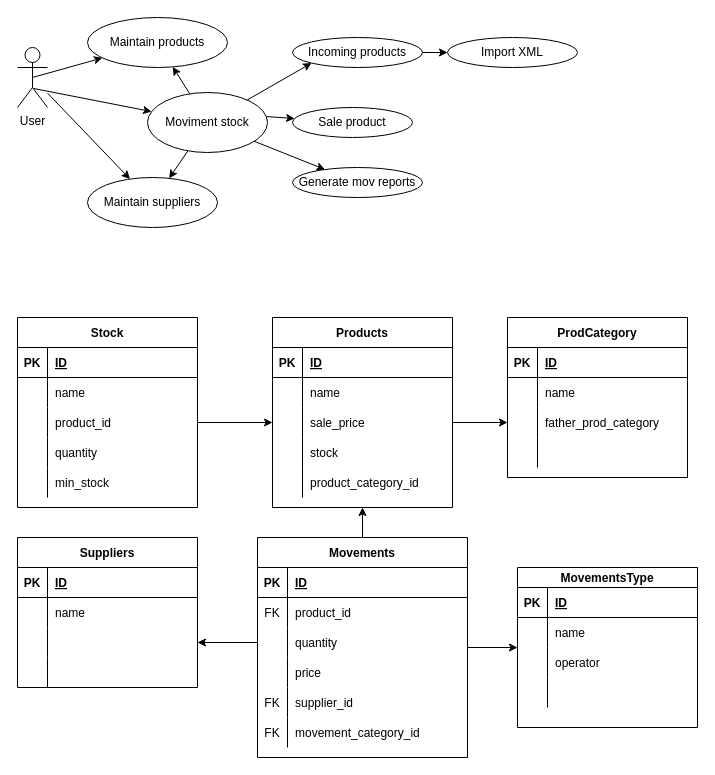
viniciuSquare/rc_store-backend keeps this draw.io diagram as docs/class-diagram.drawio. Above is the earlier version. Source tidied: cells renumbered, new cells numbered last; positions are measured from the earlier drawing's top-left corner, leaving out a move shared by most shapes. Both pictures are drawn from the tidied source at 100%, with x=0, y=0 at pixel (17, 17).
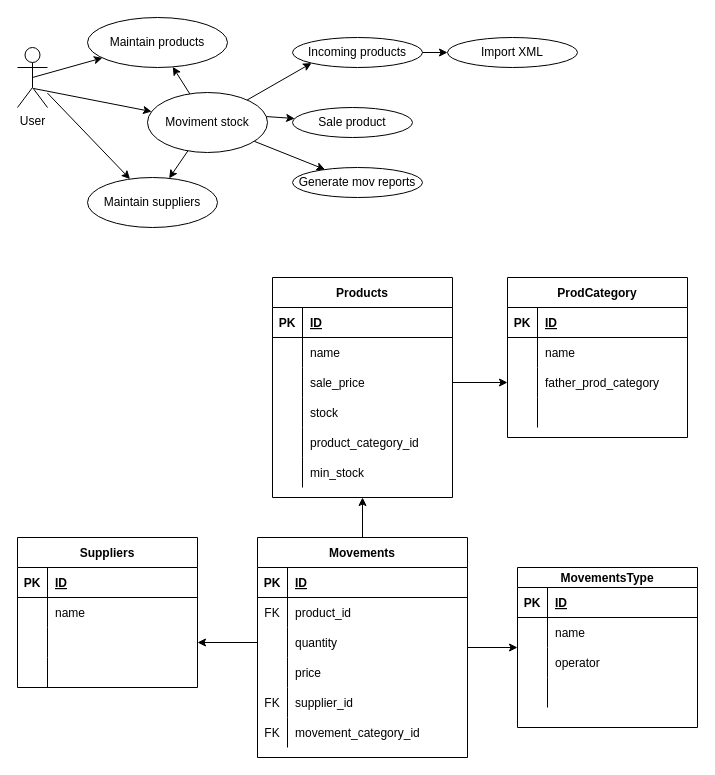
After the change.

Commit message:
doc: removed sepated stock db, props on products

The change refers to these unchanged cells:
```xml
<mxCell id="73" style="shape=partialRectangle;fillColor=none;top=0;left=0;bottom=0;right=0;points=[[0,0.5],[1,0.5]];portConstraint=eastwest;" parent="66" vertex="1">
  <mxGeometry y="90" width="180" height="30" as="geometry" />
</mxCell>
```

Diff of the diagram source:
```diff
@@
     <mxCell id="66" value="Products" style="shape=table;startSize=30;childLayout=tableLayout;rowLines=0;fontStyle=1;align=center;" parent="1" vertex="1">
-      <mxGeometry x="255" y="300" width="180" height="190" as="geometry" />
+      <mxGeometry x="255" y="260" width="180" height="220" as="geometry" />
     </mxCell>
@@
+    <mxCell id="111" style="shape=partialRectangle;fillColor=none;top=0;left=0;bottom=0;right=0;" parent="66" vertex="1">
+      <mxGeometry y="180" width="180" height="30" as="geometry" />
+    </mxCell>
+    <mxCell id="114" style="shape=partialRectangle;fillColor=none;top=0;left=0;bottom=0;right=0;overflow=hidden;" parent="111" vertex="1">
+      <mxGeometry width="30" height="30" as="geometry" />
+    </mxCell>
+    <mxCell id="115" value="min_stock" style="shape=partialRectangle;fillColor=none;top=0;left=0;bottom=0;right=0;align=left;spacingLeft=6;overflow=hidden;" parent="111" vertex="1">
+      <mxGeometry x="30" width="150" height="30" as="geometry" />
+    </mxCell>
     <mxCell id="82" value="ProdCategory" style="shape=table;startSize=30;childLayout=tableLayout;rowLines=0;fontStyle=1;align=center;" parent="1" vertex="1">
-      <mxGeometry x="490" y="300" width="180" height="160" as="geometry" />
+      <mxGeometry x="490" y="260" width="180" height="160" as="geometry" />
     </mxCell>
@@
-    <mxCell id="96" value="Stock" style="shape=table;startSize=30;childLayout=tableLayout;rowLines=0;fontStyle=1;align=center;" parent="1" vertex="1">
-      <mxGeometry y="300" width="180" height="190" as="geometry" />
-    </mxCell>
-    <mxCell id="97" style="shape=partialRectangle;fillColor=none;top=0;left=0;bottom=1;right=0;" parent="96" vertex="1">
-      <mxGeometry y="30" width="180" height="30" as="geometry" />
-    </mxCell>
-    <mxCell id="98" value="PK" style="shape=partialRectangle;fillColor=none;top=0;left=0;bottom=0;right=0;fontStyle=1;overflow=hidden;" parent="97" vertex="1">
-      <mxGeometry width="30" height="30" as="geometry" />
-    </mxCell>
-    <mxCell id="99" value="ID" style="shape=partialRectangle;fillColor=none;top=0;left=0;bottom=0;right=0;align=left;spacingLeft=6;fontStyle=5;overflow=hidden;" parent="97" vertex="1">
-      <mxGeometry x="30" width="150" height="30" as="geometry" />
-    </mxCell>
-    <mxCell id="100" style="shape=partialRectangle;fillColor=none;top=0;left=0;bottom=0;right=0;" parent="96" vertex="1">
-      <mxGeometry y="60" width="180" height="30" as="geometry" />
-    </mxCell>
-    <mxCell id="101" style="shape=partialRectangle;fillColor=none;top=0;left=0;bottom=0;right=0;overflow=hidden;" parent="100" vertex="1">
-      <mxGeometry width="30" height="30" as="geometry" />
-    </mxCell>
-    <mxCell id="102" value="name" style="shape=partialRectangle;fillColor=none;top=0;left=0;bottom=0;right=0;align=left;spacingLeft=6;overflow=hidden;" parent="100" vertex="1">
-      <mxGeometry x="30" width="150" height="30" as="geometry" />
-    </mxCell>
-    <mxCell id="103" style="shape=partialRectangle;fillColor=none;top=0;left=0;bottom=0;right=0;points=[[0,0.5],[1,0.5]];portConstraint=eastwest;" parent="96" vertex="1">
-      <mxGeometry y="90" width="180" height="30" as="geometry" />
-    </mxCell>
-    <mxCell id="104" style="shape=partialRectangle;fillColor=none;top=0;left=0;bottom=0;right=0;overflow=hidden;" parent="103" vertex="1">
-      <mxGeometry width="30" height="30" as="geometry" />
-    </mxCell>
-    <mxCell id="105" value="product_id" style="shape=partialRectangle;fillColor=none;top=0;left=0;bottom=0;right=0;align=left;spacingLeft=6;overflow=hidden;" parent="103" vertex="1">
-      <mxGeometry x="30" width="150" height="30" as="geometry" />
-    </mxCell>
-    <mxCell id="106" style="shape=partialRectangle;fillColor=none;top=0;left=0;bottom=0;right=0;" parent="96" vertex="1">
-      <mxGeometry y="120" width="180" height="30" as="geometry" />
-    </mxCell>
-    <mxCell id="107" style="shape=partialRectangle;fillColor=none;top=0;left=0;bottom=0;right=0;overflow=hidden;" parent="106" vertex="1">
-      <mxGeometry width="30" height="30" as="geometry" />
-    </mxCell>
-    <mxCell id="108" value="quantity" style="shape=partialRectangle;fillColor=none;top=0;left=0;bottom=0;right=0;align=left;spacingLeft=6;overflow=hidden;" parent="106" vertex="1">
-      <mxGeometry x="30" width="150" height="30" as="geometry" />
-    </mxCell>
-    <mxCell id="109" style="shape=partialRectangle;fillColor=none;top=0;left=0;bottom=0;right=0;" parent="96" vertex="1">
-      <mxGeometry y="150" width="180" height="30" as="geometry" />
-    </mxCell>
-    <mxCell id="110" style="shape=partialRectangle;fillColor=none;top=0;left=0;bottom=0;right=0;overflow=hidden;" parent="109" vertex="1">
-      <mxGeometry width="30" height="30" as="geometry" />
-    </mxCell>
-    <mxCell id="111" value="min_stock" style="shape=partialRectangle;fillColor=none;top=0;left=0;bottom=0;right=0;align=left;spacingLeft=6;overflow=hidden;" parent="109" vertex="1">
-      <mxGeometry x="30" width="150" height="30" as="geometry" />
-    </mxCell>
-    <mxCell id="112" style="edgeStyle=none;html=1;" parent="1" edge="1" source="103" target="73">
-      <mxGeometry relative="1" as="geometry" />
-    </mxCell>
```
